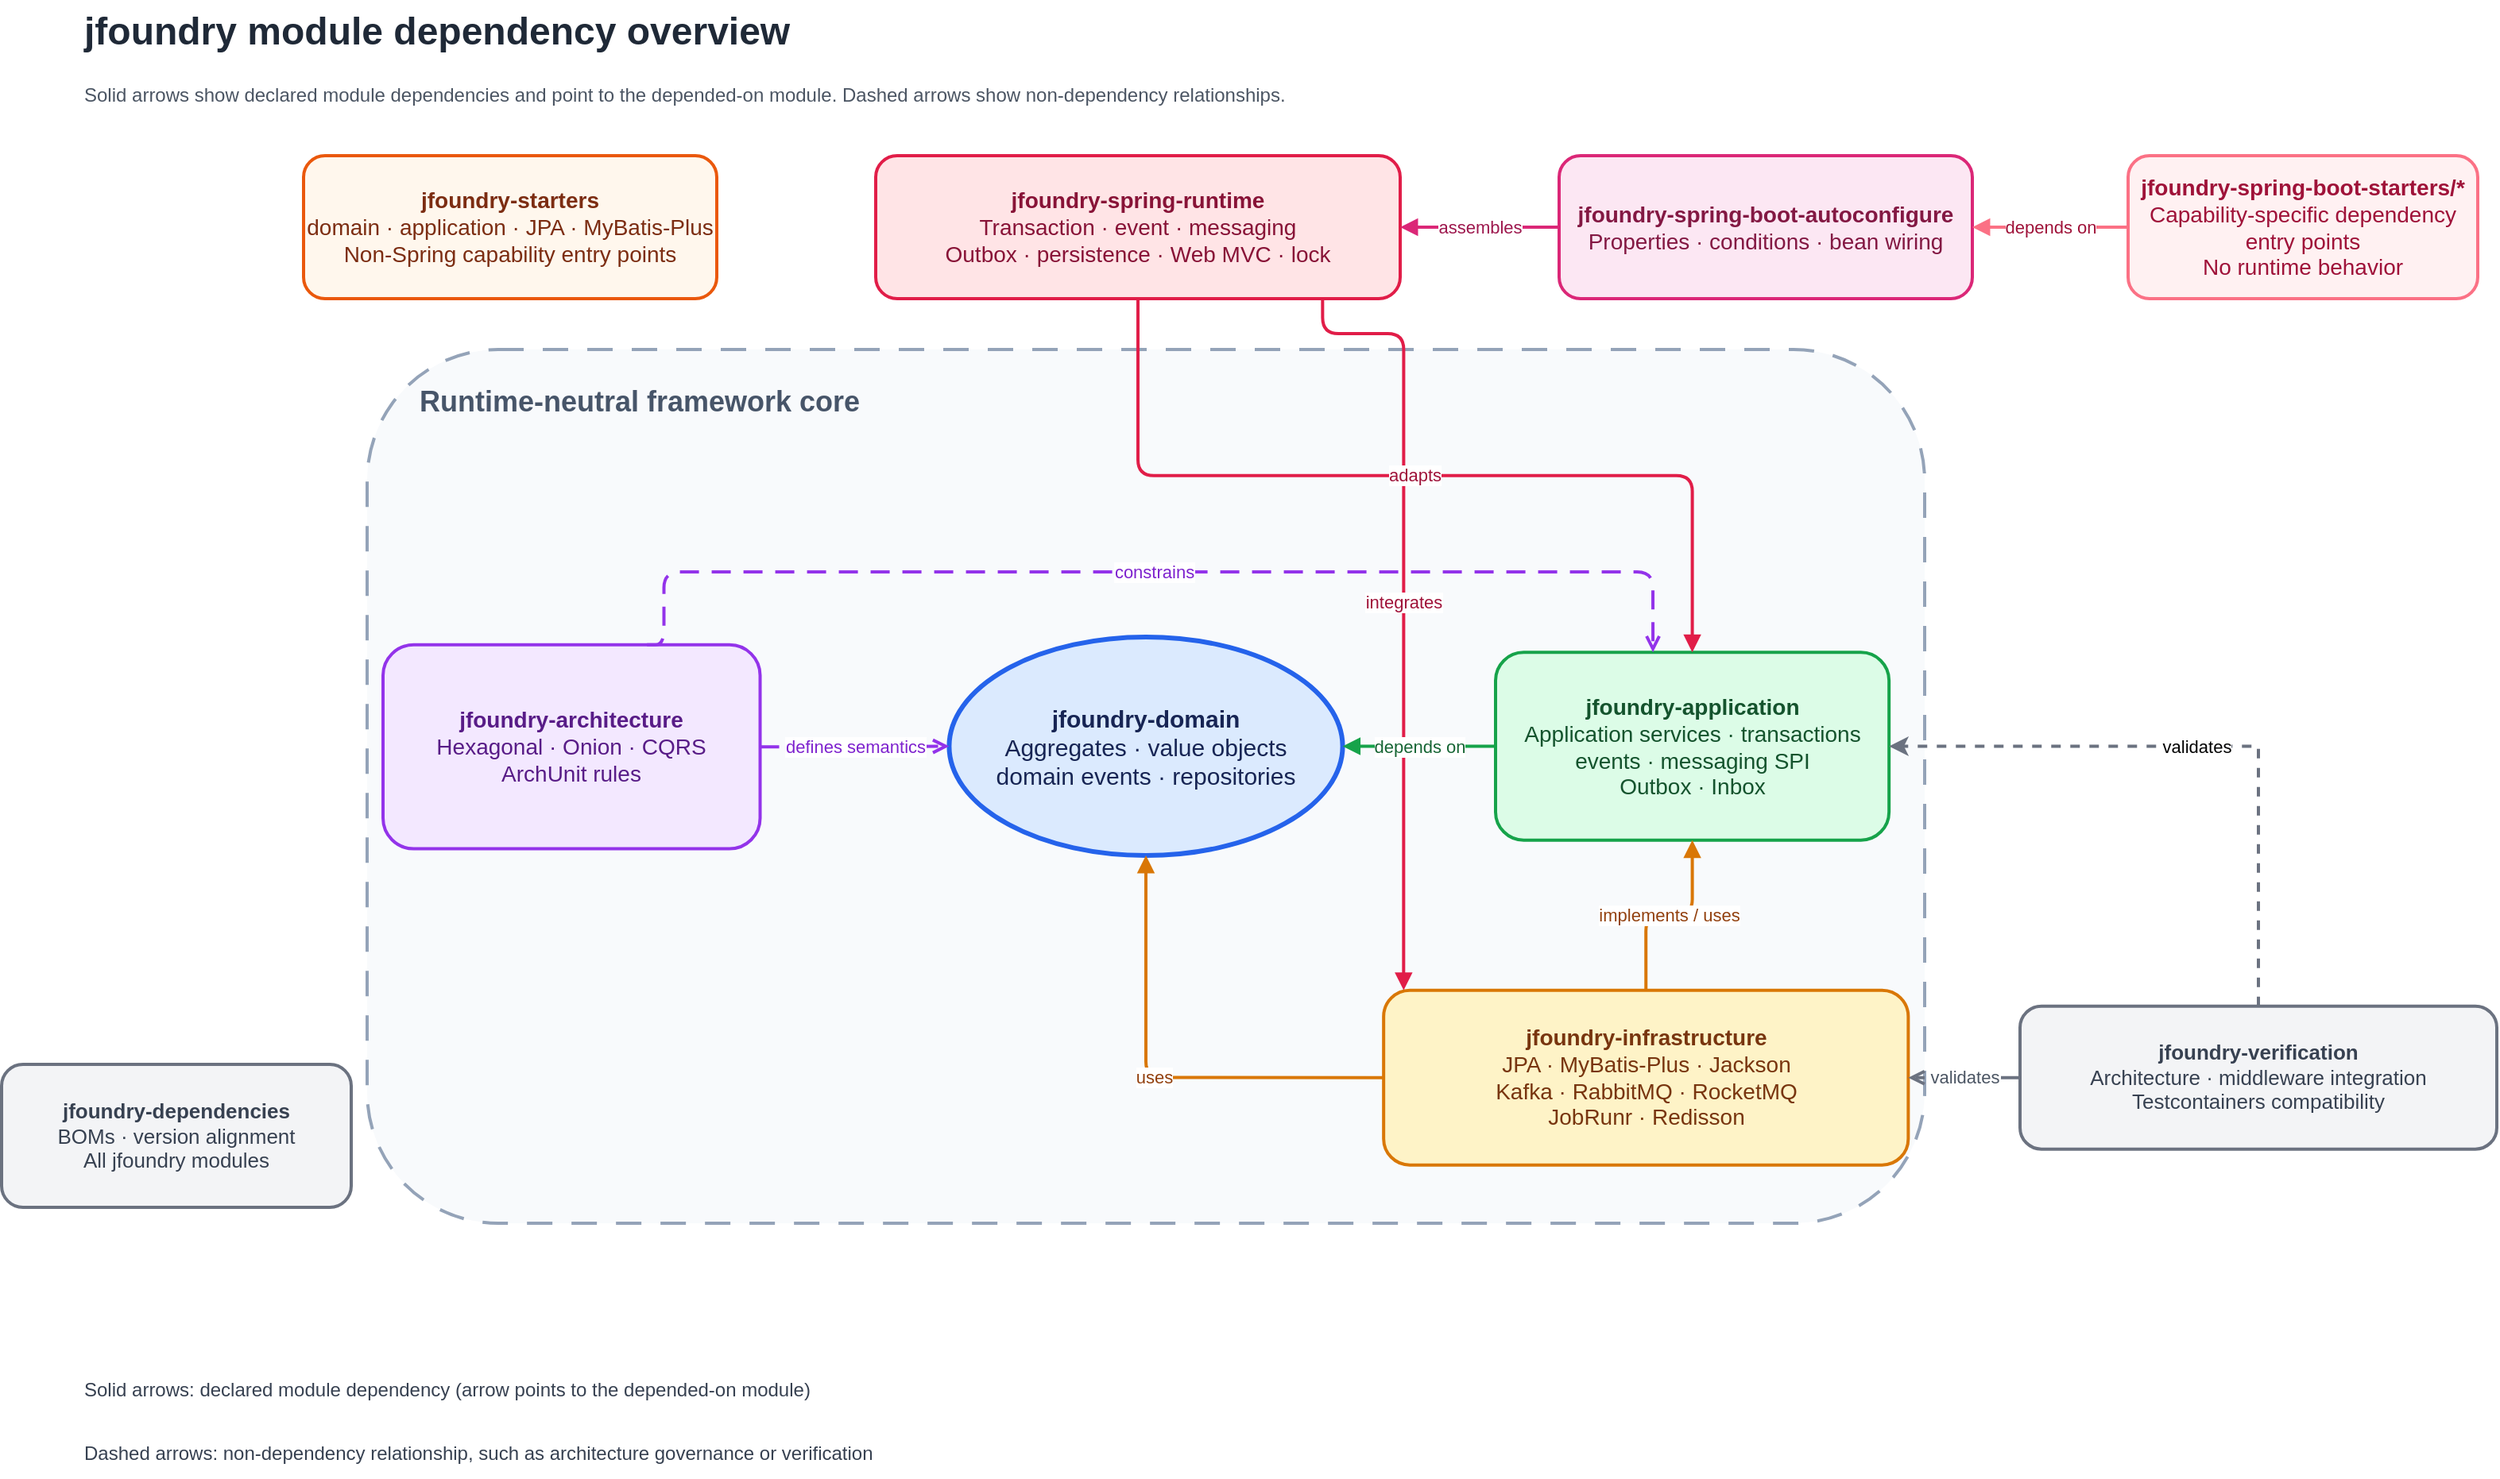
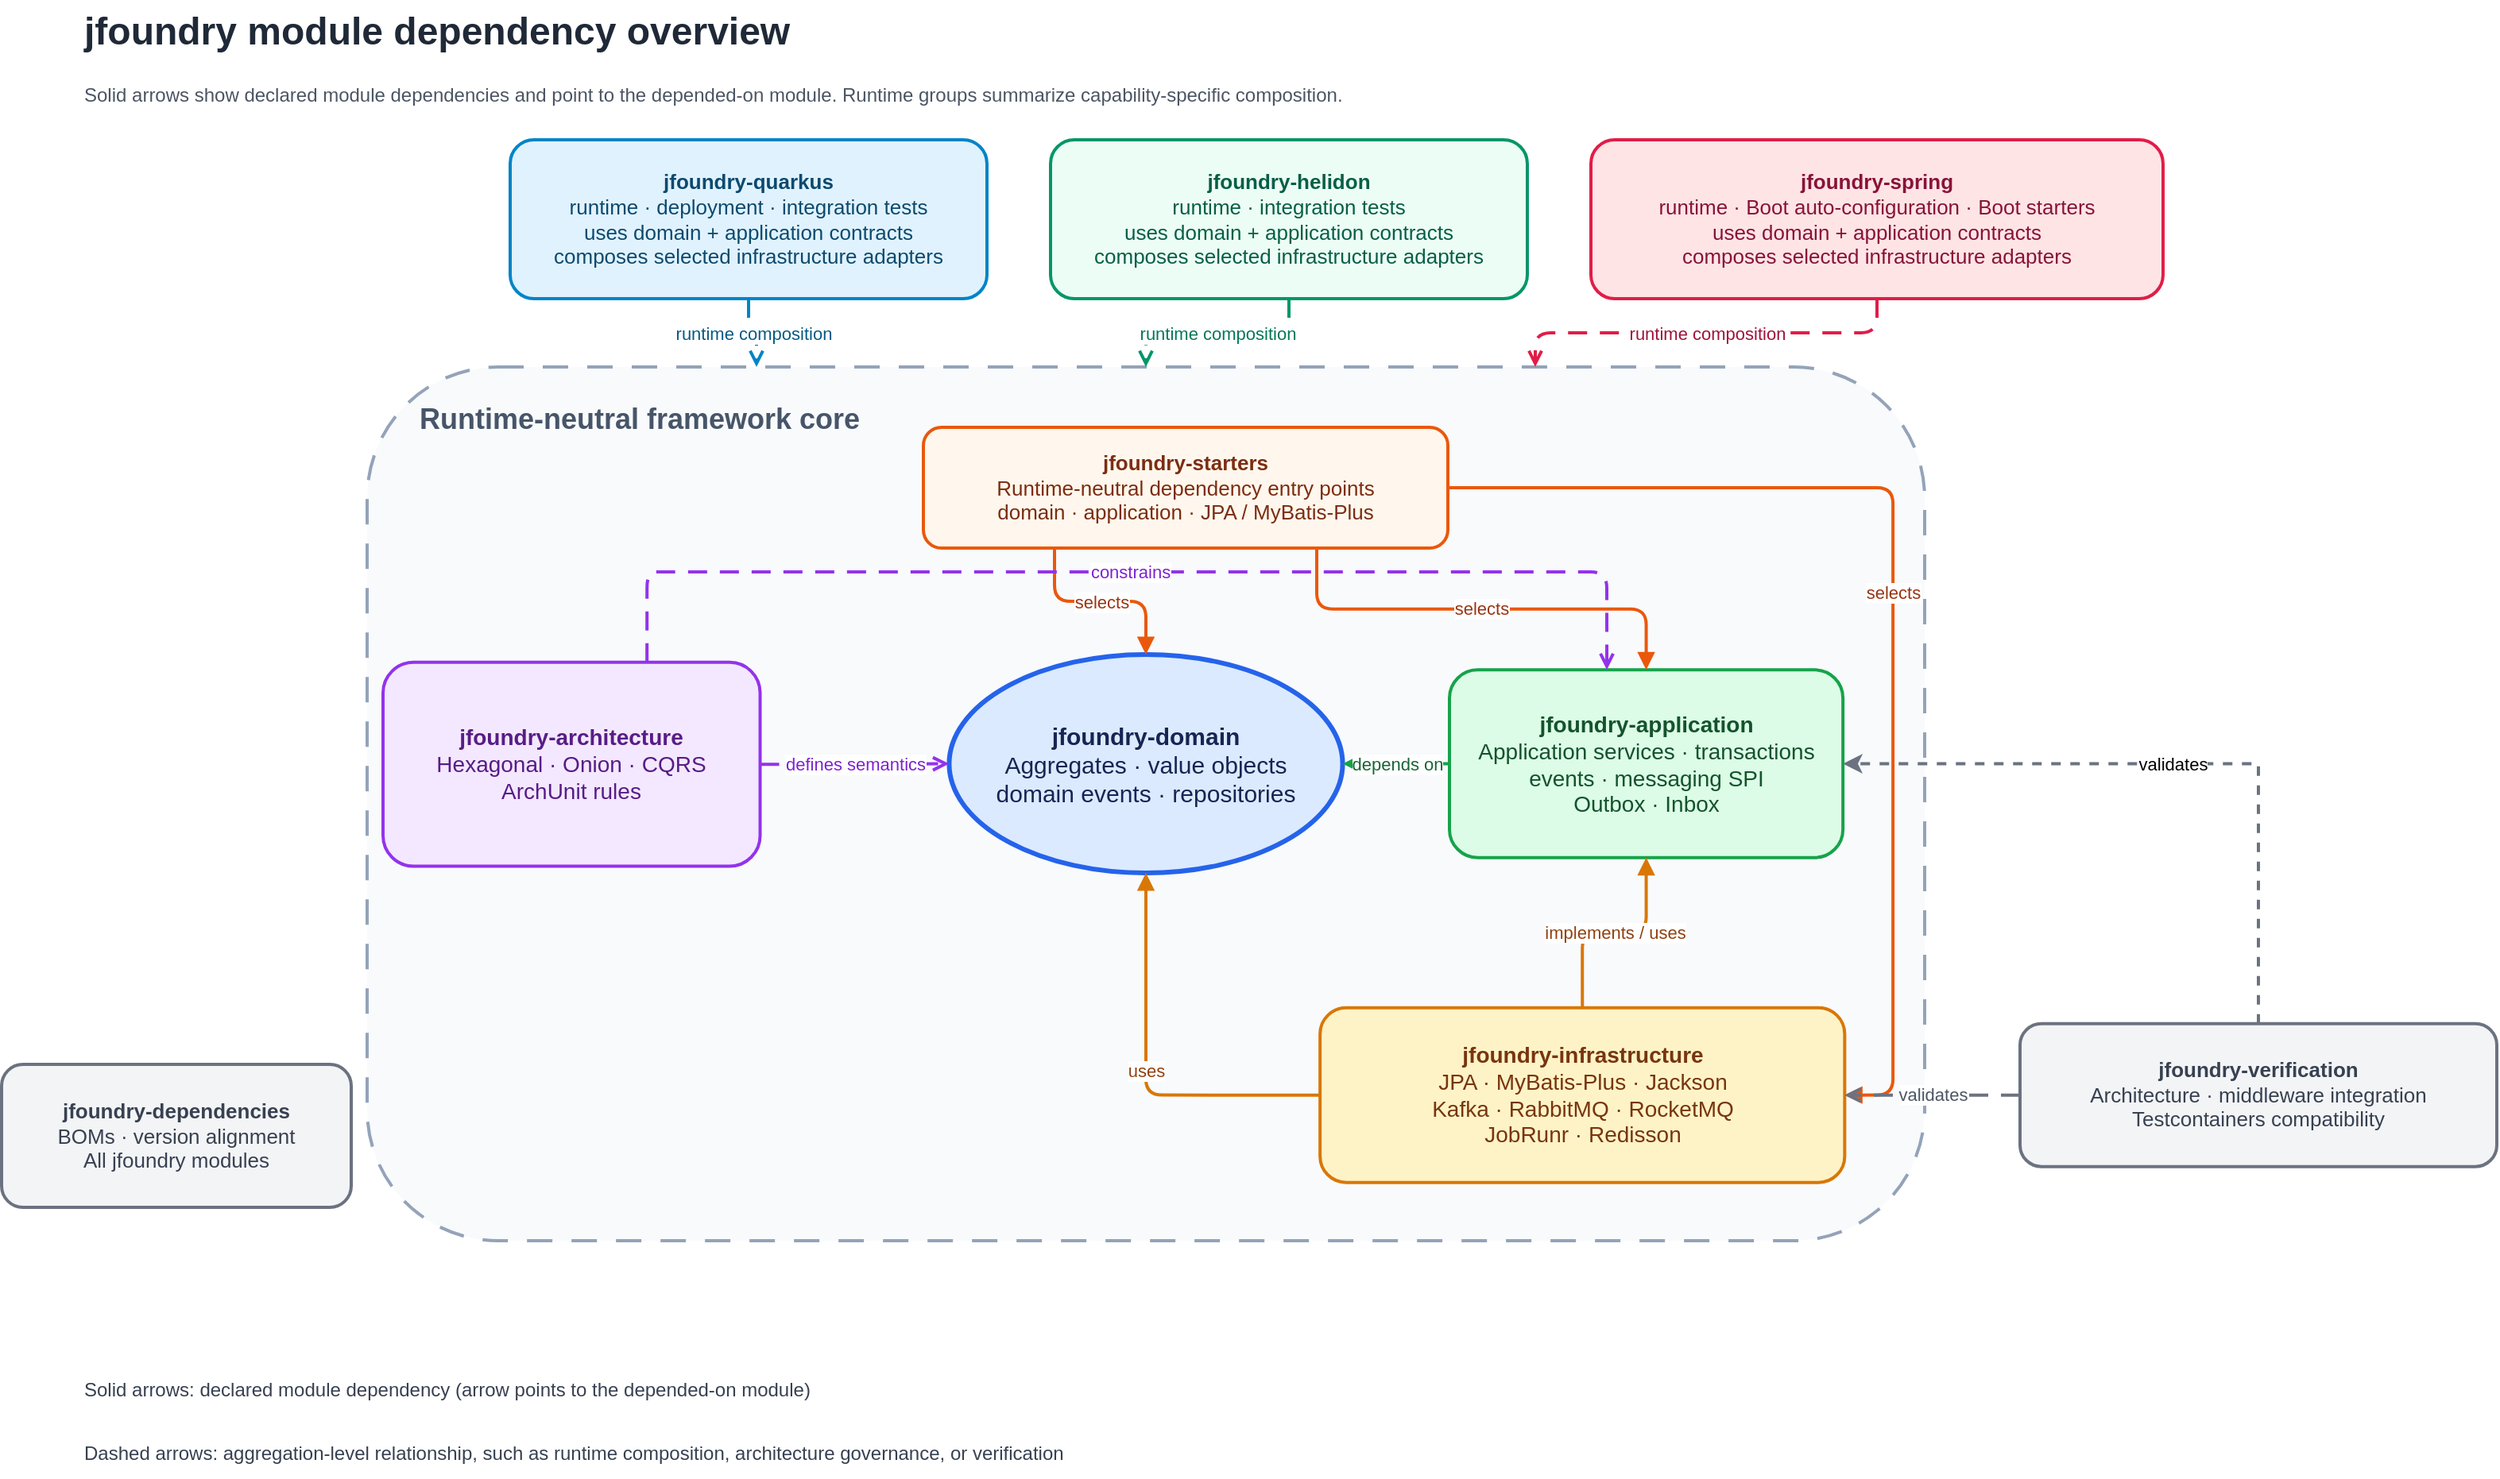
<mxfile host="Electron" agent="Codex">
  <diagram id="jfoundry-module-architecture" name="JFoundry module architecture">
-     <mxGraphModel dx="1453" dy="826" grid="1" gridSize="10" guides="1" tooltips="1" connect="1" arrows="1" fold="1" page="1" pageScale="1" pageWidth="1600" pageHeight="1000" math="0" shadow="0">
+     <mxGraphModel dx="1629" dy="1056" grid="1" gridSize="10" guides="1" tooltips="1" connect="1" arrows="1" fold="1" page="1" pageScale="1" pageWidth="1600" pageHeight="1000" math="0" shadow="0">
      <root>
        <mxCell id="0" />
        <mxCell id="1" parent="0" />
        <mxCell id="title" parent="1" style="text;html=1;align=left;verticalAlign=middle;fontSize=24;fontStyle=1;fontColor=#1F2937;" value="jfoundry module dependency overview" vertex="1">
          <mxGeometry height="40" width="620" x="70" y="30" as="geometry" />
        </mxCell>
-         <mxCell id="subtitle" parent="1" style="text;html=1;align=left;verticalAlign=middle;fontSize=12;fontColor=#4B5563;" value="Solid arrows show declared module dependencies and point to the depended-on module. Dashed arrows show non-dependency relationships." vertex="1">
-           <mxGeometry height="30" width="1100" x="70" y="75" as="geometry" />
-         </mxCell>
-         <mxCell id="non-spring-starters" parent="1" style="rounded=1;whiteSpace=wrap;html=1;fillColor=#FFF7ED;strokeColor=#EA580C;strokeWidth=2;fontColor=#7C2D12;fontSize=14;align=center;verticalAlign=middle;" value="&lt;b&gt;jfoundry-starters&lt;/b&gt;&lt;br&gt;domain · application · JPA · MyBatis-Plus&lt;br&gt;Non-Spring capability entry points" vertex="1">
-           <mxGeometry height="90" width="260" x="210" y="128" as="geometry" />
+         <mxCell id="subtitle" parent="1" style="text;html=1;align=left;verticalAlign=middle;fontSize=12;fontColor=#4B5563;" value="Solid arrows show declared module dependencies and point to the depended-on module. Runtime groups summarize capability-specific composition." vertex="1">
+           <mxGeometry height="30" width="1180" x="70" y="75" as="geometry" />
        </mxCell>
        <mxCell id="core-boundary" parent="1" style="rounded=1;whiteSpace=wrap;html=1;dashed=1;dashPattern=8 6;strokeWidth=2;fillColor=#F8FAFC;strokeColor=#94A3B8;fontColor=#475569;fontSize=14;fontStyle=1;align=left;verticalAlign=top;spacingTop=16;spacingLeft=31;container=1;pointerEvents=0;spacingRight=0;" value="&lt;font style=&quot;font-size: 18px;&quot;&gt;Runtime-neutral framework core&lt;/font&gt;" vertex="1">
-           <mxGeometry height="550" width="980" x="250" y="250" as="geometry" />
+           <mxGeometry height="550" width="980" x="250" y="261" as="geometry" />
        </mxCell>
        <mxCell id="domain" parent="core-boundary" style="ellipse;whiteSpace=wrap;html=1;fillColor=#DBEAFE;strokeColor=#2563EB;strokeWidth=3;fontColor=#172554;fontSize=15;align=center;verticalAlign=middle;" value="&lt;b&gt;jfoundry-domain&lt;/b&gt;&lt;br&gt;Aggregates · value objects&lt;br&gt;domain events · repositories" vertex="1">
          <mxGeometry height="137.5" width="247.57894736842107" x="366.21052631578954" y="181.0033333333333" as="geometry" />
        </mxCell>
        <mxCell id="application" parent="core-boundary" style="rounded=1;whiteSpace=wrap;html=1;fillColor=#DCFCE7;strokeColor=#16A34A;strokeWidth=2;fontColor=#14532D;fontSize=14;align=center;verticalAlign=middle;" value="&lt;b&gt;jfoundry-application&lt;/b&gt;&lt;br&gt;Application services · transactions&lt;br&gt;events · messaging SPI&lt;br&gt;Outbox · Inbox" vertex="1">
-           <mxGeometry height="118.16" width="247.58" x="710" y="190.67" as="geometry" />
+           <mxGeometry height="118.16" width="247.58" x="681" y="190.67" as="geometry" />
        </mxCell>
        <mxCell id="architecture" parent="core-boundary" style="rounded=1;whiteSpace=wrap;html=1;fillColor=#F3E8FF;strokeColor=#9333EA;strokeWidth=2;fontColor=#581C87;fontSize=14;align=center;verticalAlign=middle;" value="&lt;b&gt;jfoundry-architecture&lt;/b&gt;&lt;br&gt;Hexagonal · Onion · CQRS&lt;br&gt;ArchUnit rules" vertex="1">
          <mxGeometry height="128.33333333333331" width="237.26315789473688" x="10.001578947368424" y="185.91666666666666" as="geometry" />
        </mxCell>
        <mxCell id="infrastructure" parent="core-boundary" style="rounded=1;whiteSpace=wrap;html=1;fillColor=#FEF3C7;strokeColor=#D97706;strokeWidth=2;fontColor=#78350F;fontSize=14;align=center;verticalAlign=middle;" value="&lt;b&gt;jfoundry-infrastructure&lt;/b&gt;&lt;br&gt;JPA · MyBatis-Plus · Jackson&lt;br&gt;Kafka · RabbitMQ · RocketMQ&lt;br&gt;JobRunr · Redisson" vertex="1">
-           <mxGeometry height="110" width="330.1052631578948" x="639.5789473684212" y="403.3333333333333" as="geometry" />
+           <mxGeometry height="110" width="330.1052631578948" x="599.5789473684212" y="403.3333333333333" as="geometry" />
        </mxCell>
-         <mxCell id="e-runtime-infrastructure" edge="1" parent="core-boundary" source="spring-runtime" style="edgeStyle=orthogonalEdgeStyle;rounded=1;orthogonalLoop=1;jettySize=auto;html=1;strokeWidth=2;strokeColor=#E11D48;fontColor=#9F1239;labelBackgroundColor=#FFFFFF;exitX=0.852;exitY=0.967;exitDx=0;exitDy=0;entryX=0.01;entryY=0;entryDx=0;entryDy=0;endArrow=block;endFill=1;exitPerimeter=0;" value="integrates">
+         <mxCell id="non-spring-starters" parent="core-boundary" style="rounded=1;whiteSpace=wrap;html=1;fillColor=#FFF7ED;strokeColor=#EA580C;strokeWidth=2;fontColor=#7C2D12;fontSize=13;align=center;verticalAlign=middle;" value="&lt;b&gt;jfoundry-starters&lt;/b&gt;&lt;br&gt;Runtime-neutral dependency entry points&lt;br&gt;domain · application · JPA / MyBatis-Plus" vertex="1">
+           <mxGeometry height="76" width="330" x="350" y="38" as="geometry" />
+         </mxCell>
+         <mxCell id="e-starters-domain" edge="1" parent="core-boundary" source="non-spring-starters" style="edgeStyle=orthogonalEdgeStyle;rounded=1;orthogonalLoop=1;jettySize=auto;html=1;strokeWidth=2;strokeColor=#EA580C;fontColor=#9A3412;labelBackgroundColor=#FFFFFF;exitX=0.25;exitY=1;exitDx=0;exitDy=0;entryX=0.5;entryY=0;entryDx=0;entryDy=0;endArrow=block;endFill=1;" target="domain" value="selects">
+           <mxGeometry relative="1" as="geometry" />
+         </mxCell>
+         <mxCell id="e-starters-application" edge="1" parent="core-boundary" source="non-spring-starters" style="edgeStyle=orthogonalEdgeStyle;rounded=1;orthogonalLoop=1;jettySize=auto;html=1;strokeWidth=2;strokeColor=#EA580C;fontColor=#9A3412;labelBackgroundColor=#FFFFFF;exitX=0.75;exitY=1;exitDx=0;exitDy=0;entryX=0.5;entryY=0;entryDx=0;entryDy=0;endArrow=block;endFill=1;" target="application" value="selects">
+           <mxGeometry relative="1" as="geometry" />
+         </mxCell>
+         <mxCell id="e-starters-infrastructure" edge="1" parent="core-boundary" source="non-spring-starters" style="edgeStyle=orthogonalEdgeStyle;rounded=1;orthogonalLoop=1;jettySize=auto;html=1;strokeWidth=2;strokeColor=#EA580C;fontColor=#9A3412;labelBackgroundColor=#FFFFFF;exitX=1;exitY=0.5;exitDx=0;exitDy=0;entryX=1;entryY=0.5;entryDx=0;entryDy=0;endArrow=block;endFill=1;" target="infrastructure" value="selects">
          <mxGeometry relative="1" as="geometry">
            <Array as="points">
-               <mxPoint x="601.27" y="-10" />
-               <mxPoint x="652.2" y="-10" />
+               <mxPoint x="960.07" y="76.07" />
+               <mxPoint x="960.07" y="458.33" />
            </Array>
-             <mxPoint x="577.6842105263158" y="-4.583333333333333" as="sourcePoint" />
-             <mxPoint x="652.1642105263156" y="403.3333333333333" as="targetPoint" />
          </mxGeometry>
        </mxCell>
-         <mxCell id="spring-runtime" parent="1" style="rounded=1;whiteSpace=wrap;html=1;fillColor=#FFE4E6;strokeColor=#E11D48;strokeWidth=2;fontColor=#881337;fontSize=14;align=center;verticalAlign=middle;" value="&lt;b&gt;jfoundry-spring-runtime&lt;/b&gt;&lt;br&gt;Transaction · event · messaging&lt;br&gt;Outbox · persistence · Web MVC · lock" vertex="1">
-           <mxGeometry height="90" width="330" x="570" y="128" as="geometry" />
+         <mxCell id="quarkus-runtime" parent="1" style="rounded=1;whiteSpace=wrap;html=1;fillColor=#E0F2FE;strokeColor=#0284C7;strokeWidth=2;fontColor=#0C4A6E;fontSize=13;align=center;verticalAlign=middle;" value="&lt;b&gt;jfoundry-quarkus&lt;/b&gt;&lt;br&gt;runtime · deployment · integration tests&lt;br&gt;uses domain + application contracts&lt;br&gt;composes selected infrastructure adapters" vertex="1">
+           <mxGeometry height="100" width="300" x="340" y="118" as="geometry" />
        </mxCell>
-         <mxCell id="boot" parent="1" style="rounded=1;whiteSpace=wrap;html=1;fillColor=#FCE7F3;strokeColor=#DB2777;strokeWidth=2;fontColor=#831843;fontSize=14;align=center;verticalAlign=middle;" value="&lt;b&gt;jfoundry-spring-boot-autoconfigure&lt;/b&gt;&lt;br&gt;Properties · conditions · bean wiring" vertex="1">
-           <mxGeometry height="90" width="260" x="1000" y="128" as="geometry" />
+         <mxCell id="spring-runtime" parent="1" style="rounded=1;whiteSpace=wrap;html=1;fillColor=#FFE4E6;strokeColor=#E11D48;strokeWidth=2;fontColor=#881337;fontSize=13;align=center;verticalAlign=middle;" value="&lt;b&gt;jfoundry-spring&lt;/b&gt;&lt;br&gt;runtime · Boot auto-configuration · Boot starters&lt;br&gt;uses domain + application contracts&lt;br&gt;composes selected infrastructure adapters" vertex="1">
+           <mxGeometry height="100" width="360" x="1020" y="118" as="geometry" />
        </mxCell>
-         <mxCell id="starters" parent="1" style="rounded=1;whiteSpace=wrap;html=1;fillColor=#FFF1F2;strokeColor=#FB7185;strokeWidth=2;fontColor=#9F1239;fontSize=14;align=center;verticalAlign=middle;" value="&lt;b&gt;jfoundry-spring-boot-starters/*&lt;/b&gt;&lt;br&gt;Capability-specific dependency entry points&lt;br&gt;No runtime behavior" vertex="1">
-           <mxGeometry height="90" width="220" x="1358" y="128" as="geometry" />
+         <mxCell id="helidon-runtime" parent="1" style="rounded=1;whiteSpace=wrap;html=1;fillColor=#ECFDF5;strokeColor=#059669;strokeWidth=2;fontColor=#065F46;fontSize=13;align=center;verticalAlign=middle;" value="&lt;b&gt;jfoundry-helidon&lt;/b&gt;&lt;br&gt;runtime · integration tests&lt;br&gt;uses domain + application contracts&lt;br&gt;composes selected infrastructure adapters" vertex="1">
+           <mxGeometry height="100" width="300" x="680" y="118" as="geometry" />
        </mxCell>
        <mxCell id="dependencies" parent="1" style="rounded=1;whiteSpace=wrap;html=1;fillColor=#F3F4F6;strokeColor=#6B7280;strokeWidth=2;fontColor=#374151;fontSize=13;align=center;verticalAlign=middle;" value="&lt;b&gt;jfoundry-dependencies&lt;/b&gt;&lt;br&gt;BOMs · version alignment&lt;br&gt;All jfoundry modules" vertex="1">
          <mxGeometry height="90" width="220" x="20" y="700" as="geometry" />
        </mxCell>
        <mxCell id="KCdmtU6r6kzvdGTi3Hor-1" edge="1" parent="1" source="verification" style="edgeStyle=orthogonalEdgeStyle;rounded=0;orthogonalLoop=1;jettySize=auto;html=1;exitX=0.5;exitY=0;exitDx=0;exitDy=0;entryX=1;entryY=0.5;entryDx=0;entryDy=0;dashed=1;strokeWidth=2;strokeColor=#6B7280;" target="application">
          <mxGeometry relative="1" as="geometry" />
        </mxCell>
        <mxCell id="KCdmtU6r6kzvdGTi3Hor-2" connectable="0" parent="KCdmtU6r6kzvdGTi3Hor-1" style="edgeLabel;html=1;align=center;verticalAlign=middle;resizable=0;points=[];" value="validates" vertex="1">
          <mxGeometry relative="1" x="0.0255" as="geometry">
            <mxPoint as="offset" />
          </mxGeometry>
        </mxCell>
        <mxCell id="verification" parent="1" style="rounded=1;whiteSpace=wrap;html=1;fillColor=#F3F4F6;strokeColor=#6B7280;strokeWidth=2;fontColor=#374151;fontSize=13;align=center;verticalAlign=middle;" value="&lt;b&gt;jfoundry-verification&lt;/b&gt;&lt;br&gt;Architecture · middleware integration&lt;br&gt;Testcontainers compatibility" vertex="1">
-           <mxGeometry height="90" width="300" x="1290" y="663.33" as="geometry" />
+           <mxGeometry height="90" width="300" x="1290" y="674.33" as="geometry" />
        </mxCell>
        <mxCell id="e-application-domain" edge="1" parent="1" source="application" style="edgeStyle=orthogonalEdgeStyle;rounded=1;orthogonalLoop=1;jettySize=auto;html=1;strokeWidth=2;strokeColor=#16A34A;fontColor=#166534;labelBackgroundColor=#FFFFFF;exitX=0;exitY=0.5;exitDx=0;exitDy=0;entryX=1;entryY=0.5;entryDx=0;entryDy=0;endArrow=block;endFill=1;" target="domain" value="depends on">
          <mxGeometry relative="1" as="geometry" />
        </mxCell>
        <mxCell id="e-infrastructure-application" edge="1" parent="1" source="infrastructure" style="edgeStyle=orthogonalEdgeStyle;rounded=1;orthogonalLoop=1;jettySize=auto;html=1;strokeWidth=2;strokeColor=#D97706;fontColor=#92400E;labelBackgroundColor=#FFFFFF;exitX=0.5;exitY=0;exitDx=0;exitDy=0;entryX=0.5;entryY=1;entryDx=0;entryDy=0;endArrow=block;endFill=1;" target="application" value="implements / uses">
          <mxGeometry relative="1" as="geometry" />
        </mxCell>
        <mxCell id="e-infrastructure-domain" edge="1" parent="1" source="infrastructure" style="edgeStyle=orthogonalEdgeStyle;rounded=1;orthogonalLoop=1;jettySize=auto;html=1;strokeWidth=2;strokeColor=#D97706;fontColor=#92400E;labelBackgroundColor=#FFFFFF;exitX=0;exitY=0.5;exitDx=0;exitDy=0;entryX=0.5;entryY=1;entryDx=0;entryDy=0;endArrow=block;endFill=1;" target="domain" value="uses">
          <mxGeometry relative="1" as="geometry" />
        </mxCell>
-         <mxCell id="e-runtime-application" edge="1" parent="1" source="spring-runtime" style="edgeStyle=orthogonalEdgeStyle;rounded=1;orthogonalLoop=1;jettySize=auto;html=1;strokeWidth=2;strokeColor=#E11D48;fontColor=#9F1239;labelBackgroundColor=#FFFFFF;exitX=0.5;exitY=1;exitDx=0;exitDy=0;entryX=0.5;entryY=0;entryDx=0;entryDy=0;endArrow=block;endFill=1;" target="application" value="adapts">
+         <mxCell id="e-quarkus-core" edge="1" parent="1" source="quarkus-runtime" style="edgeStyle=orthogonalEdgeStyle;rounded=1;orthogonalLoop=1;jettySize=auto;html=1;dashed=1;dashPattern=6 4;strokeWidth=2;strokeColor=#0284C7;fontColor=#075985;labelBackgroundColor=#FFFFFF;exitX=0.5;exitY=1;exitDx=0;exitDy=0;entryX=0.25;entryY=0;entryDx=0;entryDy=0;endArrow=open;endFill=0;" target="core-boundary" value="runtime composition">
          <mxGeometry relative="1" as="geometry" />
        </mxCell>
-         <mxCell id="e-boot-runtime" edge="1" parent="1" source="boot" style="edgeStyle=orthogonalEdgeStyle;rounded=1;orthogonalLoop=1;jettySize=auto;html=1;strokeWidth=2;strokeColor=#DB2777;fontColor=#9D174D;labelBackgroundColor=#FFFFFF;exitX=0;exitY=0.5;exitDx=0;exitDy=0;entryX=1;entryY=0.5;entryDx=0;entryDy=0;endArrow=block;endFill=1;" target="spring-runtime" value="assembles">
+         <mxCell id="e-helidon-core" edge="1" parent="1" source="helidon-runtime" style="edgeStyle=orthogonalEdgeStyle;rounded=1;orthogonalLoop=1;jettySize=auto;html=1;dashed=1;dashPattern=6 4;strokeWidth=2;strokeColor=#059669;fontColor=#047857;labelBackgroundColor=#FFFFFF;exitX=0.5;exitY=1;exitDx=0;exitDy=0;entryX=0.5;entryY=0;entryDx=0;entryDy=0;endArrow=open;endFill=0;" target="core-boundary" value="runtime composition">
          <mxGeometry relative="1" as="geometry" />
        </mxCell>
-         <mxCell id="e-starters-boot" edge="1" parent="1" source="starters" style="edgeStyle=orthogonalEdgeStyle;rounded=1;orthogonalLoop=1;jettySize=auto;html=1;strokeWidth=2;strokeColor=#FB7185;fontColor=#9F1239;labelBackgroundColor=#FFFFFF;exitX=0;exitY=0.5;exitDx=0;exitDy=0;entryX=1;entryY=0.5;entryDx=0;entryDy=0;endArrow=block;endFill=1;" target="boot" value="depends on">
+         <mxCell id="e-spring-core" edge="1" parent="1" source="spring-runtime" style="edgeStyle=orthogonalEdgeStyle;rounded=1;orthogonalLoop=1;jettySize=auto;html=1;dashed=1;dashPattern=6 4;strokeWidth=2;strokeColor=#E11D48;fontColor=#9F1239;labelBackgroundColor=#FFFFFF;exitX=0.5;exitY=1;exitDx=0;exitDy=0;entryX=0.75;entryY=0;entryDx=0;entryDy=0;endArrow=open;endFill=0;" target="core-boundary" value="runtime composition">
          <mxGeometry relative="1" as="geometry" />
        </mxCell>
        <mxCell id="e-architecture-domain" edge="1" parent="1" source="architecture" style="edgeStyle=orthogonalEdgeStyle;rounded=1;orthogonalLoop=1;jettySize=auto;html=1;dashed=1;dashPattern=6 4;strokeWidth=2;strokeColor=#9333EA;fontColor=#7E22CE;labelBackgroundColor=#FFFFFF;exitX=1;exitY=0.5;exitDx=0;exitDy=0;entryX=0;entryY=0.5;entryDx=0;entryDy=0;endArrow=open;endFill=0;" target="domain" value="defines semantics">
          <mxGeometry relative="1" as="geometry" />
        </mxCell>
        <mxCell id="e-architecture-application" edge="1" parent="1" source="architecture" style="edgeStyle=orthogonalEdgeStyle;rounded=1;orthogonalLoop=1;jettySize=auto;html=1;dashed=1;dashPattern=6 4;strokeWidth=2;strokeColor=#9333EA;fontColor=#7E22CE;labelBackgroundColor=#FFFFFF;exitX=0.7;exitY=0;exitDx=0;exitDy=0;entryX=0.4;entryY=0;entryDx=0;entryDy=0;endArrow=open;endFill=0;" target="application" value="constrains">
          <mxGeometry relative="1" as="geometry">
            <Array as="points">
              <mxPoint x="436.73" y="390" />
              <mxPoint x="1059" y="390" />
            </Array>
          </mxGeometry>
        </mxCell>
        <mxCell id="e-verification-infrastructure" edge="1" parent="1" source="verification" style="edgeStyle=orthogonalEdgeStyle;rounded=1;orthogonalLoop=1;jettySize=auto;html=1;dashed=1;dashPattern=6 4;strokeWidth=2;strokeColor=#6B7280;fontColor=#4B5563;labelBackgroundColor=#FFFFFF;exitX=0;exitY=0.5;exitDx=0;exitDy=0;entryX=1;entryY=0.5;entryDx=0;entryDy=0;endArrow=open;endFill=0;" target="infrastructure" value="validates">
          <mxGeometry relative="1" as="geometry" />
        </mxCell>
        <mxCell id="legend-runtime" parent="1" style="text;html=1;align=left;verticalAlign=middle;fontSize=12;fontColor=#374151;" value="Solid arrows: declared module dependency (arrow points to the depended-on module)" vertex="1">
          <mxGeometry height="30" width="600" x="70" y="890" as="geometry" />
        </mxCell>
-         <mxCell id="legend-governance" parent="1" style="text;html=1;align=left;verticalAlign=middle;fontSize=12;fontColor=#374151;" value="Dashed arrows: non-dependency relationship, such as architecture governance or verification" vertex="1">
-           <mxGeometry height="30" width="650" x="70" y="930" as="geometry" />
+         <mxCell id="legend-governance" parent="1" style="text;html=1;align=left;verticalAlign=middle;fontSize=12;fontColor=#374151;" value="Dashed arrows: aggregation-level relationship, such as runtime composition, architecture governance, or verification" vertex="1">
+           <mxGeometry height="30" width="850" x="70" y="930" as="geometry" />
        </mxCell>
      </root>
    </mxGraphModel>
  </diagram>
</mxfile>
